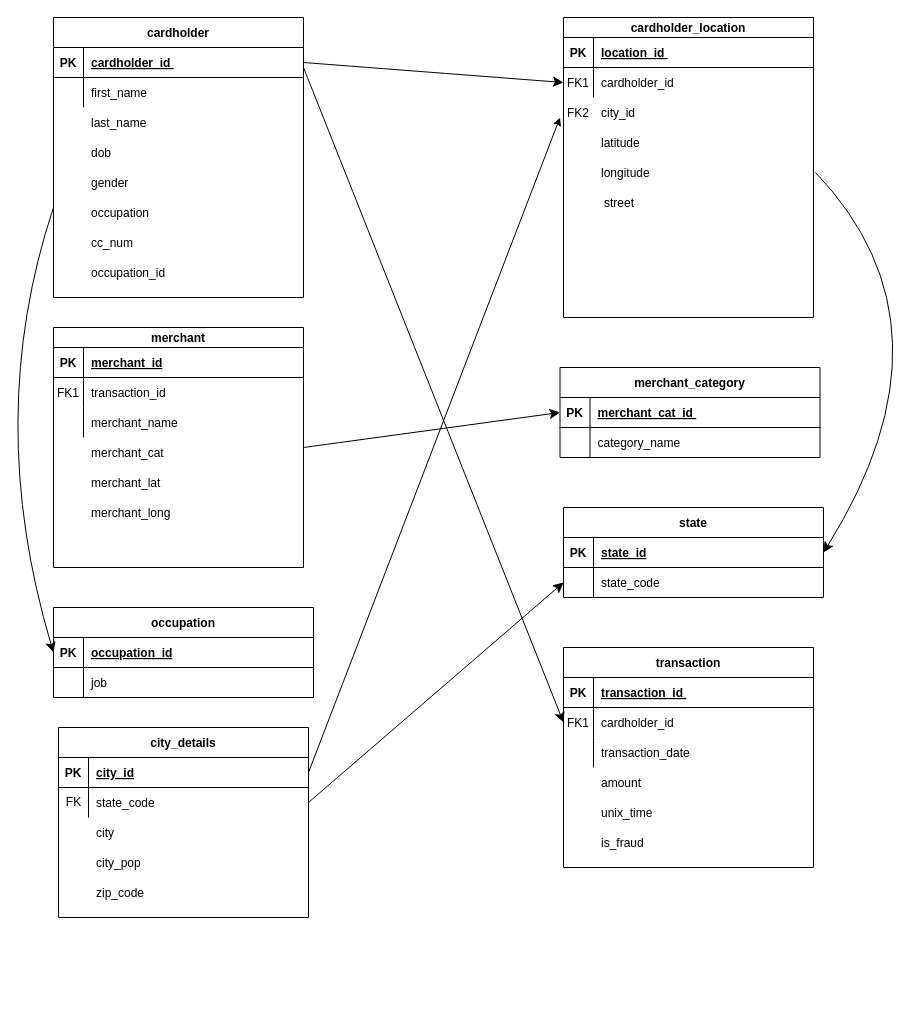
Above: Database_Schema.drawio in COP3710CreditCardFraudDetection/CCFraudDetectionDB (draw.io), before the change. Source tidied: cells renumbered, new cells numbered last; positions are measured from the earlier drawing's top-left corner, leaving out a move shared by most shapes. Both pictures are drawn from the tidied source at 100%, with x=0, y=0 at pixel (-17, 17).
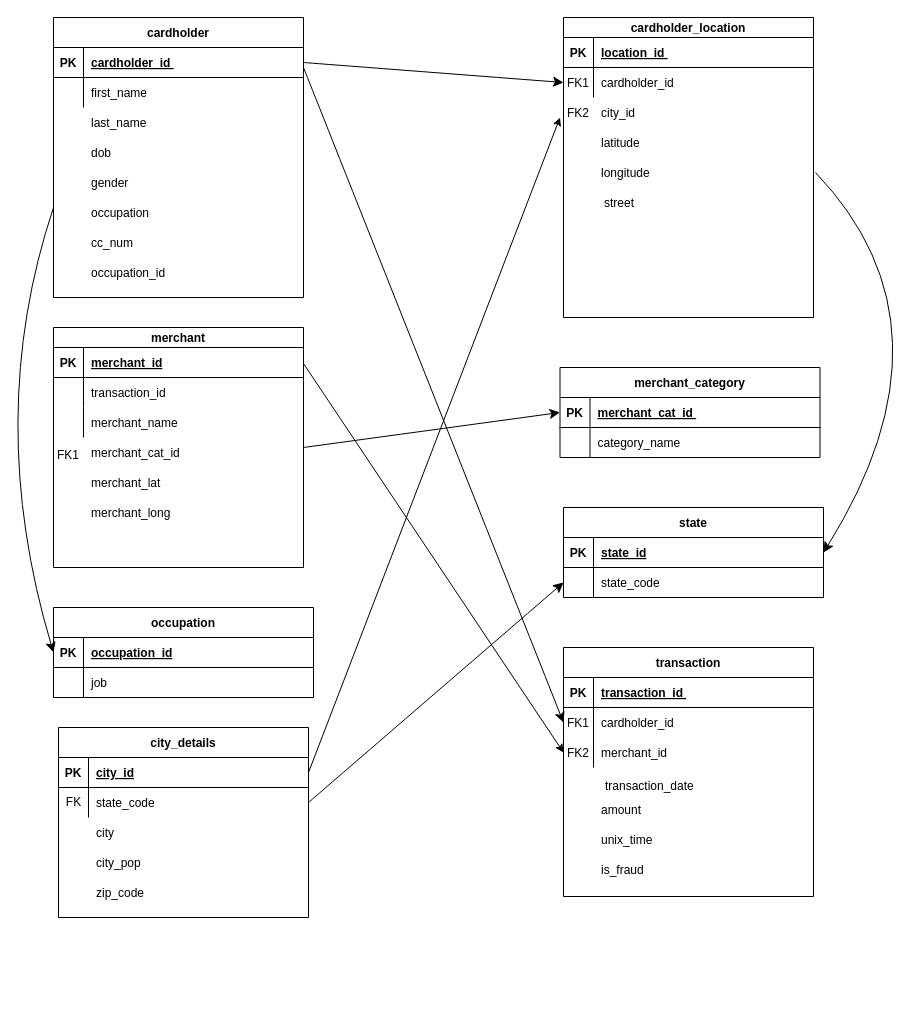
The same page after the edit.

Commit message (it also covers changes not shown here):
Made finalizations before final submission. Added comments to the queries in sql and ipynb files, adjusted both diagrams to be more accurate to the standard.

Unchanged cells that the change refers to:
```xml
<mxCell id="11" style="group;" parent="9" vertex="1">
  <mxGeometry width="250" height="240" as="geometry" />
</mxCell>
<mxCell id="16" style="shape=partialRectangle;fillColor=none;top=0;left=0;right=0;bottom=0;" parent="12" vertex="1">
  <mxGeometry y="50" width="250" height="30" as="geometry" />
</mxCell>
<mxCell id="72" style="shape=partialRectangle;fillColor=none;points=[[0,0.5],[1,0.5]];portConstraint=eastwest;top=0;left=0;right=0;bottom=0;" parent="65" vertex="1">
  <mxGeometry y="90" width="250" height="30" as="geometry" />
</mxCell>
```

Diff of the diagram source:
```diff
@@
-<mxGraphModel>
+<mxGraphModel background="light-dark(#ffffff, #575757)">
@@
-    <mxCell id="17" value="FK1" style="shape=partialRectangle;overflow=hidden;fillColor=none;top=0;left=0;bottom=0;right=0;" parent="16" vertex="1">
+    <mxCell id="17" style="shape=partialRectangle;overflow=hidden;fillColor=none;top=0;left=0;bottom=0;right=0;" parent="16" vertex="1">
       <mxGeometry width="30" height="30" as="geometry" />
     </mxCell>
@@
-    <mxCell id="22" value="merchant_cat " style="shape=partialRectangle;overflow=hidden;fillColor=none;top=0;left=0;bottom=0;right=0;align=left;spacingLeft=6;" parent="11" vertex="1">
+    <mxCell id="22" value="merchant_cat_id" style="shape=partialRectangle;overflow=hidden;fillColor=none;top=0;left=0;bottom=0;right=0;align=left;spacingLeft=6;" parent="11" vertex="1">
       <mxGeometry x="30" y="110" width="210" height="30" as="geometry" />
     </mxCell>
@@
+    <mxCell id="106" value="FK1" style="shape=partialRectangle;overflow=hidden;fillColor=none;top=0;left=0;bottom=0;right=0;" parent="11" vertex="1">
+      <mxGeometry y="112" width="30" height="30" as="geometry" />
+    </mxCell>
@@
     <mxCell id="64" style="group;" parent="1" vertex="1">
-      <mxGeometry x="580" y="630" width="250" height="220" as="geometry" />
+      <mxGeometry x="580" y="630" width="254" height="249" as="geometry" />
     </mxCell>
     <mxCell id="65" value="transaction" style="shape=table;startSize=30;childLayout=tableLayout;rowLines=0;fontStyle=1;align=center;" parent="64" vertex="1">
-      <mxGeometry width="250" height="220" as="geometry" />
+      <mxGeometry width="250" height="249" as="geometry" />
     </mxCell>
@@
-    <mxCell id="73" style="shape=partialRectangle;overflow=hidden;fillColor=none;top=0;left=0;bottom=0;right=0;" parent="72" vertex="1">
+    <mxCell id="73" value="FK2" style="shape=partialRectangle;overflow=hidden;fillColor=none;top=0;left=0;bottom=0;right=0;" parent="72" vertex="1">
       <mxGeometry width="30" height="30" as="geometry" />
     </mxCell>
-    <mxCell id="74" value="transaction_date " style="shape=partialRectangle;overflow=hidden;fillColor=none;top=0;left=0;bottom=0;right=0;align=left;spacingLeft=6;" parent="72" vertex="1">
+    <mxCell id="74" value="merchant_id" style="shape=partialRectangle;overflow=hidden;fillColor=none;top=0;left=0;bottom=0;right=0;align=left;spacingLeft=6;" parent="72" vertex="1">
       <mxGeometry x="30" width="220" height="30" as="geometry" />
     </mxCell>
     <mxCell id="75" value="amount " style="shape=partialRectangle;overflow=hidden;fillColor=none;top=0;left=0;bottom=0;right=0;align=left;spacingLeft=6;" parent="64" vertex="1">
-      <mxGeometry x="30" y="120" width="220" height="30" as="geometry" />
+      <mxGeometry x="30" y="147" width="220" height="30" as="geometry" />
     </mxCell>
     <mxCell id="76" value="unix_time " style="shape=partialRectangle;overflow=hidden;fillColor=none;top=0;left=0;bottom=0;right=0;align=left;spacingLeft=6;" parent="64" vertex="1">
-      <mxGeometry x="30" y="150" width="220" height="30" as="geometry" />
+      <mxGeometry x="30" y="177" width="220" height="30" as="geometry" />
     </mxCell>
     <mxCell id="77" value="is_fraud " style="shape=partialRectangle;overflow=hidden;fillColor=none;top=0;left=0;bottom=0;right=0;align=left;spacingLeft=6;" parent="64" vertex="1">
-      <mxGeometry x="30" y="180" width="220" height="30" as="geometry" />
+      <mxGeometry x="30" y="207" width="220" height="30" as="geometry" />
     </mxCell>
+    <mxCell id="107" value="transaction_date" style="shape=partialRectangle;overflow=hidden;fillColor=none;top=0;left=0;bottom=0;right=0;align=left;spacingLeft=6;" parent="64" vertex="1">
+      <mxGeometry x="34" y="123" width="220" height="30" as="geometry" />
+    </mxCell>
@@
+    <mxCell id="108" style="endArrow=classic;html=1;rounded=0;entryX=0;entryY=0.5;entryDx=0;entryDy=0;" parent="1" edge="1" target="72">
+      <mxGeometry relative="1" as="geometry">
+        <mxPoint x="320" y="346" as="sourcePoint" />
+      </mxGeometry>
+    </mxCell>
```
